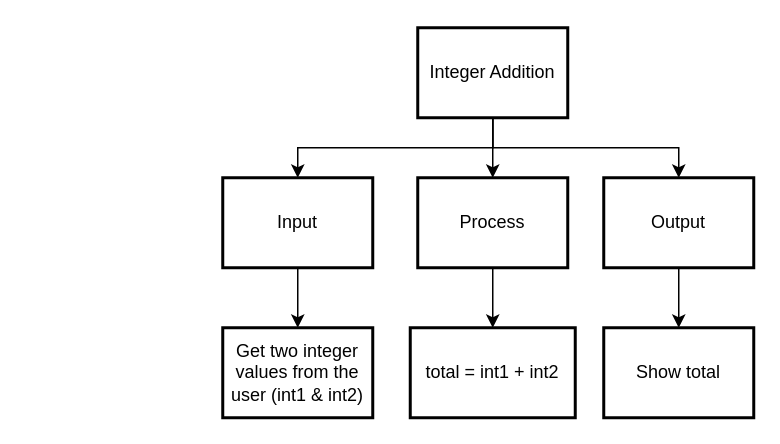
The draw.io diagram drawio/topDownDesign/topDownDesign.drawio in Aidan-Lalonde-Novales/ICS3U-Uni3-01-Python, before the edit. Source tidied: cells renumbered, new cells numbered last; positions are measured from the earlier drawing's top-left corner, leaving out a move shared by most shapes. Both pictures are drawn from the tidied source at 150%, with x=0, y=0 at pixel (222, 27).
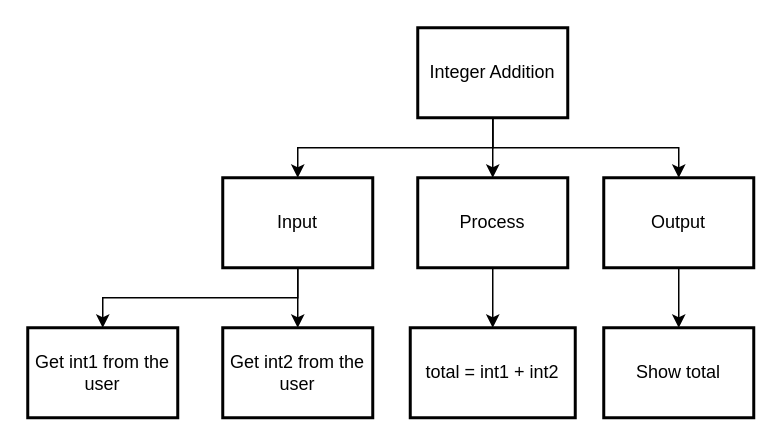
After the change.

The change refers to these unchanged cells:
```xml
<mxCell id="9" value="Input" style="rounded=0;whiteSpace=wrap;html=1;absoluteArcSize=1;arcSize=14;strokeWidth=2;" parent="1" vertex="1">
  <mxGeometry y="100" width="100" height="60" as="geometry" />
</mxCell>
```

Diff of the diagram source:
```diff
@@
     <mxCell id="8" style="edgeStyle=none;rounded=0;html=1;exitX=0.5;exitY=1;exitDx=0;exitDy=0;entryX=0.5;entryY=0;entryDx=0;entryDy=0;" parent="1" edge="1" source="9" target="12">
-      <mxGeometry relative="1" as="geometry" />
+      <mxGeometry relative="1" as="geometry">
+        <Array as="points">
+          <mxPoint x="50" y="180" />
+          <mxPoint x="-80" y="180" />
+        </Array>
+      </mxGeometry>
     </mxCell>
+    <mxCell id="15" style="edgeStyle=none;html=1;exitX=0.5;exitY=1;exitDx=0;exitDy=0;entryX=0.5;entryY=0;entryDx=0;entryDy=0;" parent="1" edge="1" source="9" target="16">
+      <mxGeometry relative="1" as="geometry" />
+    </mxCell>
@@
-    <mxCell id="12" value="Get two integer values from the user (int1 &amp;amp; int2)" style="rounded=0;whiteSpace=wrap;html=1;absoluteArcSize=1;arcSize=14;strokeWidth=2;" parent="1" vertex="1">
-      <mxGeometry y="200" width="100" height="60" as="geometry" />
+    <mxCell id="12" value="Get int1 from the user" style="rounded=0;whiteSpace=wrap;html=1;absoluteArcSize=1;arcSize=14;strokeWidth=2;" parent="1" vertex="1">
+      <mxGeometry x="-130" y="200" width="100" height="60" as="geometry" />
     </mxCell>
@@
+    <mxCell id="16" value="Get int2 from the user" style="rounded=0;whiteSpace=wrap;html=1;absoluteArcSize=1;arcSize=14;strokeWidth=2;" parent="1" vertex="1">
+      <mxGeometry y="200" width="100" height="60" as="geometry" />
+    </mxCell>
```
